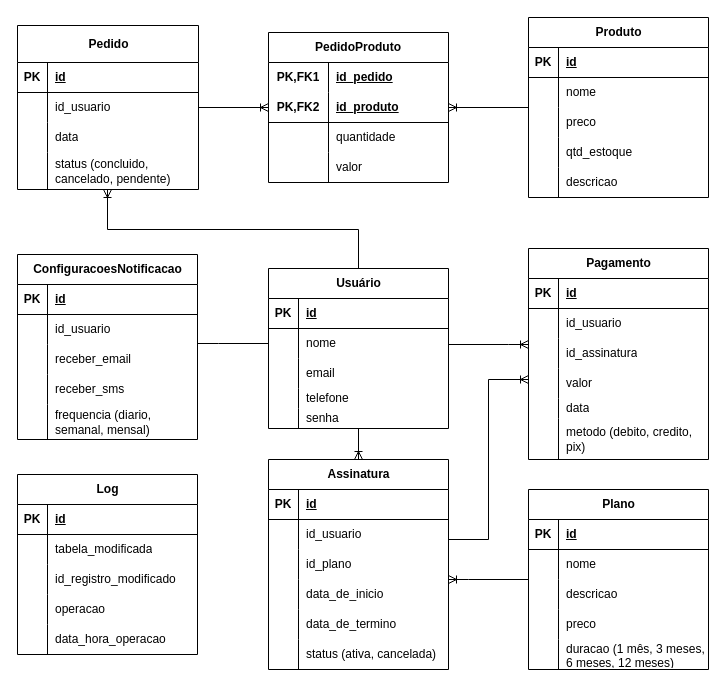
Above: modelo_relacional.drawio.xml in TiagoSanti/facom-cafe (draw.io), before the change. Source tidied: cells renumbered, new cells numbered last; positions are measured from the earlier drawing's top-left corner, leaving out a move shared by most shapes. Both pictures are drawn from the tidied source at 100%, with x=0, y=0 at pixel (17, 17).
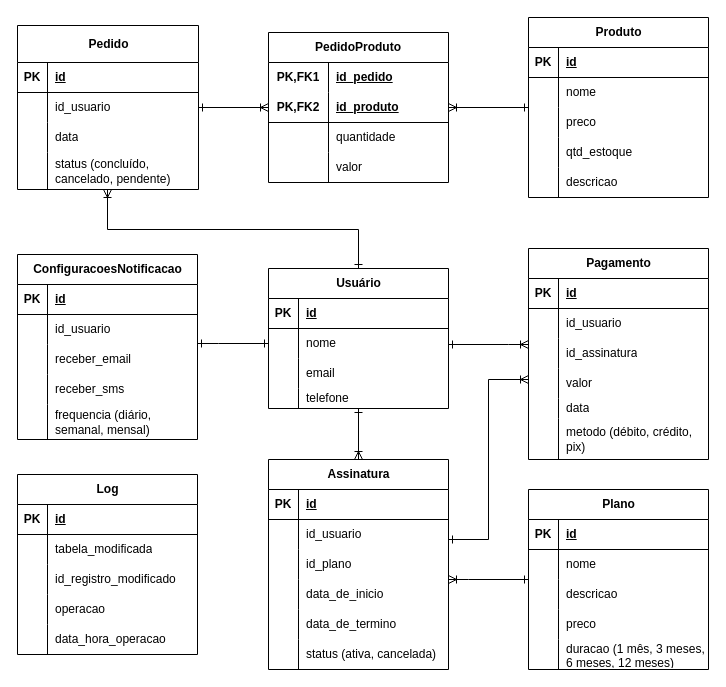
The same diagram, later.

Commit message:
atualiza o modelo do draw.io correspondente à imagem adicionada

The change refers to these unchanged cells:
```xml
<mxCell id="9" style="shape=tableRow;horizontal=0;startSize=0;swimlaneHead=0;swimlaneBody=0;fillColor=none;points=[[0,0.5],[1,0.5]];portConstraint=eastwest;top=0;left=0;right=0;bottom=0;" parent="5" vertex="1">
  <mxGeometry y="60" width="180" height="30" as="geometry" />
</mxCell>
<mxCell id="21" value="Plano" style="shape=table;startSize=30;childLayout=tableLayout;rowLines=0;fontStyle=1;align=center;html=1;" parent="1" vertex="1">
  <mxGeometry x="511" y="472" width="180" height="180" as="geometry" />
</mxCell>
<mxCell id="37" value="Pagamento" style="shape=table;startSize=30;childLayout=tableLayout;rowLines=0;fontStyle=1;align=center;html=1;" parent="1" vertex="1">
  <mxGeometry x="511" y="231" width="180" height="211" as="geometry" />
</mxCell>
<mxCell id="53" style="shape=tableRow;horizontal=0;startSize=0;swimlaneHead=0;swimlaneBody=0;fillColor=none;top=0;left=0;right=0;bottom=0;" parent="37" vertex="1">
  <mxGeometry y="170" width="180" height="41" as="geometry" />
</mxCell>
<mxCell id="57" value="Assinatura" style="shape=table;startSize=30;childLayout=tableLayout;rowLines=0;fontStyle=1;align=center;html=1;" parent="1" vertex="1">
  <mxGeometry x="251" y="442" width="180" height="210" as="geometry" />
</mxCell>
<mxCell id="76" value="ConfiguracoesNotificacao" style="shape=table;startSize=30;childLayout=tableLayout;rowLines=0;fontStyle=1;align=center;html=1;" parent="1" vertex="1">
  <mxGeometry y="237" width="180" height="185" as="geometry" />
</mxCell>
<mxCell id="89" style="shape=tableRow;horizontal=0;startSize=0;swimlaneHead=0;swimlaneBody=0;fillColor=none;top=0;left=0;right=0;bottom=0;" parent="76" vertex="1">
  <mxGeometry y="150" width="180" height="35" as="geometry" />
</mxCell>
<mxCell id="94" value="Pedido" style="shape=table;startSize=37;childLayout=tableLayout;rowLines=0;fontStyle=1;align=center;html=1;" parent="1" vertex="1">
  <mxGeometry y="8" width="181" height="164" as="geometry" />
</mxCell>
<mxCell id="104" style="shape=tableRow;horizontal=0;startSize=0;swimlaneHead=0;swimlaneBody=0;fillColor=none;top=0;left=0;right=0;bottom=0;" parent="94" vertex="1">
  <mxGeometry y="127" width="181" height="37" as="geometry" />
</mxCell>
<mxCell id="107" value="PedidoProduto" style="shape=table;startSize=30;childLayout=tableLayout;rowLines=0;fontStyle=1;align=center;html=1;whiteSpace=wrap;" parent="1" vertex="1">
  <mxGeometry x="251" y="15" width="180" height="150" as="geometry" />
</mxCell>
<mxCell id="111" style="shape=tableRow;horizontal=0;startSize=0;swimlaneHead=0;swimlaneBody=0;fillColor=none;points=[[0,0.5],[1,0.5]];portConstraint=eastwest;top=0;left=0;right=0;bottom=1;html=1;" parent="107" vertex="1">
  <mxGeometry y="60" width="180" height="30" as="geometry" />
</mxCell>
<mxCell id="120" value="Produto" style="shape=table;startSize=30;childLayout=tableLayout;rowLines=0;fontStyle=1;align=center;html=1;" parent="1" vertex="1">
  <mxGeometry x="511" width="180" height="180" as="geometry" />
</mxCell>
```

Diff of the diagram source:
```diff
@@
-    <mxCell id="2" style="edgeStyle=orthogonalEdgeStyle;rounded=0;jettySize=auto;html=1;endArrow=ERoneToMany;endFill=0;" parent="1" edge="1" source="57" target="37">
+    <mxCell id="2" style="edgeStyle=orthogonalEdgeStyle;rounded=0;jettySize=auto;html=1;endArrow=ERoneToMany;endFill=0;startArrow=ERone;startFill=0;" parent="1" edge="1" source="57" target="37">
       <mxGeometry relative="1" as="geometry">
         <Array as="points">
           <mxPoint x="471" y="522" />
           <mxPoint x="471" y="362" />
         </Array>
       </mxGeometry>
     </mxCell>
-    <mxCell id="3" style="edgeStyle=orthogonalEdgeStyle;rounded=0;jettySize=auto;html=1;endArrow=ERoneToMany;endFill=0;" parent="1" edge="1" source="5" target="57">
+    <mxCell id="3" style="edgeStyle=orthogonalEdgeStyle;rounded=0;jettySize=auto;html=1;endArrow=ERoneToMany;endFill=0;startArrow=ERone;startFill=0;" parent="1" edge="1" source="5" target="57">
       <mxGeometry relative="1" as="geometry" />
     </mxCell>
-    <mxCell id="4" style="edgeStyle=orthogonalEdgeStyle;rounded=0;jettySize=auto;html=1;endArrow=ERoneToMany;endFill=0;" parent="1" edge="1" source="5" target="94">
+    <mxCell id="4" style="edgeStyle=orthogonalEdgeStyle;rounded=0;jettySize=auto;html=1;endArrow=ERoneToMany;endFill=0;startArrow=ERone;startFill=0;" parent="1" edge="1" source="5" target="94">
       <mxGeometry relative="1" as="geometry">
         <Array as="points">
           <mxPoint x="341" y="212" />
           <mxPoint x="90" y="212" />
         </Array>
       </mxGeometry>
     </mxCell>
     <mxCell id="5" value="Usuário" style="shape=table;startSize=30;childLayout=tableLayout;rowLines=0;fontStyle=1;align=center;html=1;" parent="1" vertex="1">
-      <mxGeometry x="251" y="251" width="180" height="160" as="geometry" />
+      <mxGeometry x="251" y="251" width="180" height="140" as="geometry" />
     </mxCell>
@@
-    <mxCell id="18" style="shape=tableRow;horizontal=0;startSize=0;swimlaneHead=0;swimlaneBody=0;fillColor=none;top=0;left=0;right=0;bottom=0;" parent="5" vertex="1">
-      <mxGeometry y="140" width="180" height="20" as="geometry" />
-    </mxCell>
-    <mxCell id="19" style="shape=partialRectangle;fillColor=none;top=0;left=0;bottom=0;right=0;overflow=hidden;whiteSpace=wrap;html=1;" parent="18" vertex="1">
-      <mxGeometry width="30" height="20" as="geometry" />
-    </mxCell>
-    <mxCell id="20" value="senha" style="shape=partialRectangle;fillColor=none;top=0;left=0;bottom=0;right=0;align=left;spacingLeft=6;overflow=hidden;whiteSpace=wrap;html=1;" parent="18" vertex="1">
-      <mxGeometry x="30" width="150" height="20" as="geometry" />
-    </mxCell>
@@
-    <mxCell id="55" value="metodo (debito, credito, pix)" style="shape=partialRectangle;fillColor=none;top=0;left=0;bottom=0;right=0;align=left;spacingLeft=6;overflow=hidden;whiteSpace=wrap;html=1;" parent="53" vertex="1">
+    <mxCell id="55" value="metodo (débito, crédito, pix)" style="shape=partialRectangle;fillColor=none;top=0;left=0;bottom=0;right=0;align=left;spacingLeft=6;overflow=hidden;whiteSpace=wrap;html=1;" parent="53" vertex="1">
       <mxGeometry x="30" width="150" height="41" as="geometry" />
     </mxCell>
-    <mxCell id="56" style="edgeStyle=orthogonalEdgeStyle;rounded=0;jettySize=auto;html=1;endArrow=none;endFill=0;startArrow=ERoneToMany;startFill=0;" parent="1" edge="1" source="57" target="21">
+    <mxCell id="56" style="edgeStyle=orthogonalEdgeStyle;rounded=0;jettySize=auto;html=1;endArrow=ERone;endFill=0;startArrow=ERoneToMany;startFill=0;" parent="1" edge="1" source="57" target="21">
       <mxGeometry relative="1" as="geometry">
         <Array as="points">
           <mxPoint x="451" y="562" />
           <mxPoint x="451" y="562" />
         </Array>
       </mxGeometry>
     </mxCell>
@@
-    <mxCell id="91" value="frequencia (diario, semanal, mensal)" style="shape=partialRectangle;fillColor=none;top=0;left=0;bottom=0;right=0;align=left;spacingLeft=6;overflow=hidden;whiteSpace=wrap;html=1;" parent="89" vertex="1">
+    <mxCell id="91" value="frequencia (diário, semanal, mensal)" style="shape=partialRectangle;fillColor=none;top=0;left=0;bottom=0;right=0;align=left;spacingLeft=6;overflow=hidden;whiteSpace=wrap;html=1;" parent="89" vertex="1">
       <mxGeometry x="30" width="150" height="35" as="geometry" />
     </mxCell>
-    <mxCell id="92" style="edgeStyle=orthogonalEdgeStyle;rounded=0;jettySize=auto;html=1;exitX=0;exitY=0.5;exitDx=0;exitDy=0;endArrow=none;endFill=0;" parent="1" edge="1" source="9" target="76">
+    <mxCell id="92" style="edgeStyle=orthogonalEdgeStyle;rounded=0;jettySize=auto;html=1;exitX=0;exitY=0.5;exitDx=0;exitDy=0;endArrow=ERone;endFill=0;startArrow=ERone;startFill=0;" parent="1" edge="1" source="9" target="76">
       <mxGeometry relative="1" as="geometry">
         <Array as="points">
           <mxPoint x="201" y="326" />
           <mxPoint x="201" y="326" />
         </Array>
       </mxGeometry>
     </mxCell>
-    <mxCell id="93" style="edgeStyle=orthogonalEdgeStyle;rounded=0;jettySize=auto;html=1;endArrow=ERoneToMany;endFill=0;" parent="1" edge="1" source="94" target="107">
+    <mxCell id="93" style="edgeStyle=orthogonalEdgeStyle;rounded=0;jettySize=auto;html=1;endArrow=ERoneToMany;endFill=0;startArrow=ERone;startFill=0;" parent="1" edge="1" source="94" target="107">
       <mxGeometry relative="1" as="geometry" />
     </mxCell>
@@
-    <mxCell id="106" value="status (concluido, cancelado, pendente)" style="shape=partialRectangle;fillColor=none;top=0;left=0;bottom=0;right=0;align=left;spacingLeft=6;overflow=hidden;whiteSpace=wrap;html=1;" parent="104" vertex="1">
+    <mxCell id="106" value="status (concluído, cancelado, pendente)" style="shape=partialRectangle;fillColor=none;top=0;left=0;bottom=0;right=0;align=left;spacingLeft=6;overflow=hidden;whiteSpace=wrap;html=1;" parent="104" vertex="1">
       <mxGeometry x="30" width="151" height="37" as="geometry" />
     </mxCell>
@@
-    <mxCell id="136" style="edgeStyle=orthogonalEdgeStyle;rounded=0;jettySize=auto;html=1;startArrow=ERoneToMany;startFill=0;endArrow=none;endFill=0;" parent="1" edge="1" source="111" target="120">
+    <mxCell id="136" style="edgeStyle=orthogonalEdgeStyle;rounded=0;jettySize=auto;html=1;startArrow=ERoneToMany;startFill=0;endArrow=ERone;endFill=0;" parent="1" edge="1" source="111" target="120">
       <mxGeometry relative="1" as="geometry" />
     </mxCell>
@@
-    <mxCell id="153" style="edgeStyle=orthogonalEdgeStyle;rounded=0;jettySize=auto;html=1;endArrow=ERoneToMany;endFill=0;" parent="1" edge="1" source="9" target="37">
+    <mxCell id="153" style="edgeStyle=orthogonalEdgeStyle;rounded=0;jettySize=auto;html=1;endArrow=ERoneToMany;endFill=0;startArrow=ERone;startFill=0;" parent="1" edge="1" source="9" target="37">
       <mxGeometry relative="1" as="geometry">
         <Array as="points">
           <mxPoint x="491" y="327" />
           <mxPoint x="491" y="327" />
         </Array>
       </mxGeometry>
     </mxCell>
```
